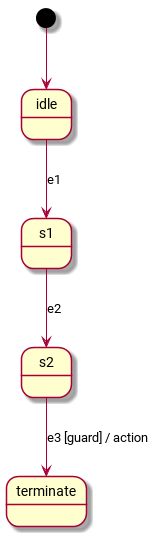
Earlier version of the PlantUML export images/logic.png (xue2sheng/spaghettiCode). The source it was exported from:
```plantuml
@startuml logic.png
[*] --> idle
idle --> s1 : e1
s1 --> s2 : e2
s2 --> terminate : e3 [guard] / action
@enduml
```
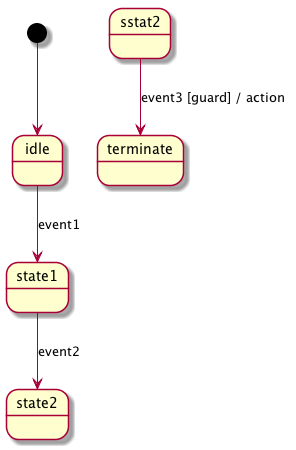
Above is the later version.

Commit message:
Long names

What changed in the source:
```diff
@@ -1,6 +1,6 @@
 @startuml logic.png
 [*] --> idle
-idle --> s1 : e1
-s1 --> s2 : e2
-s2 --> terminate : e3 [guard] / action
+idle --> state1 : event1
+state1 --> state2 : event2
+sstat2 --> terminate : event3 [guard] / action
 @enduml
```
